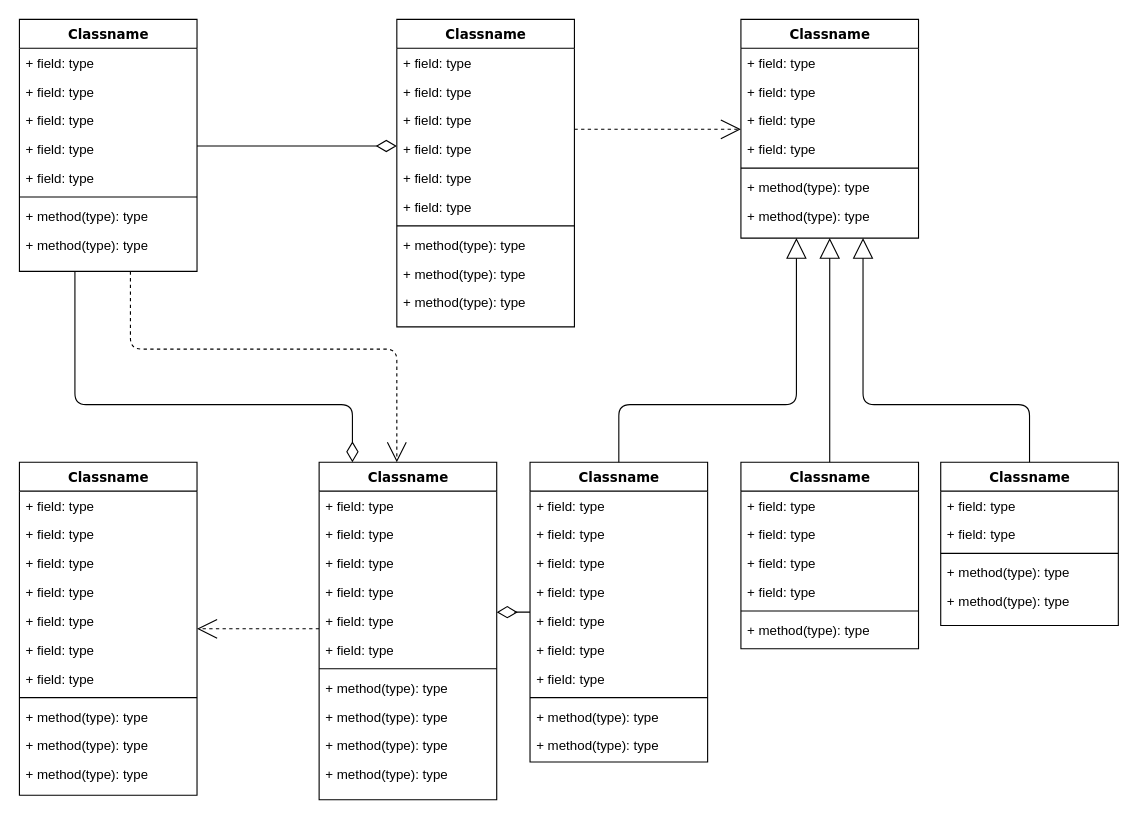
The draw.io diagram Education.drawio in Thyago-Josef/innovative_education, before the edit. Source tidied: cells renumbered, new cells numbered last; positions are measured from the earlier drawing's top-left corner, leaving out a move shared by most shapes. Both pictures are drawn from the tidied source at 111%, with x=0, y=0 at pixel (19, 19).
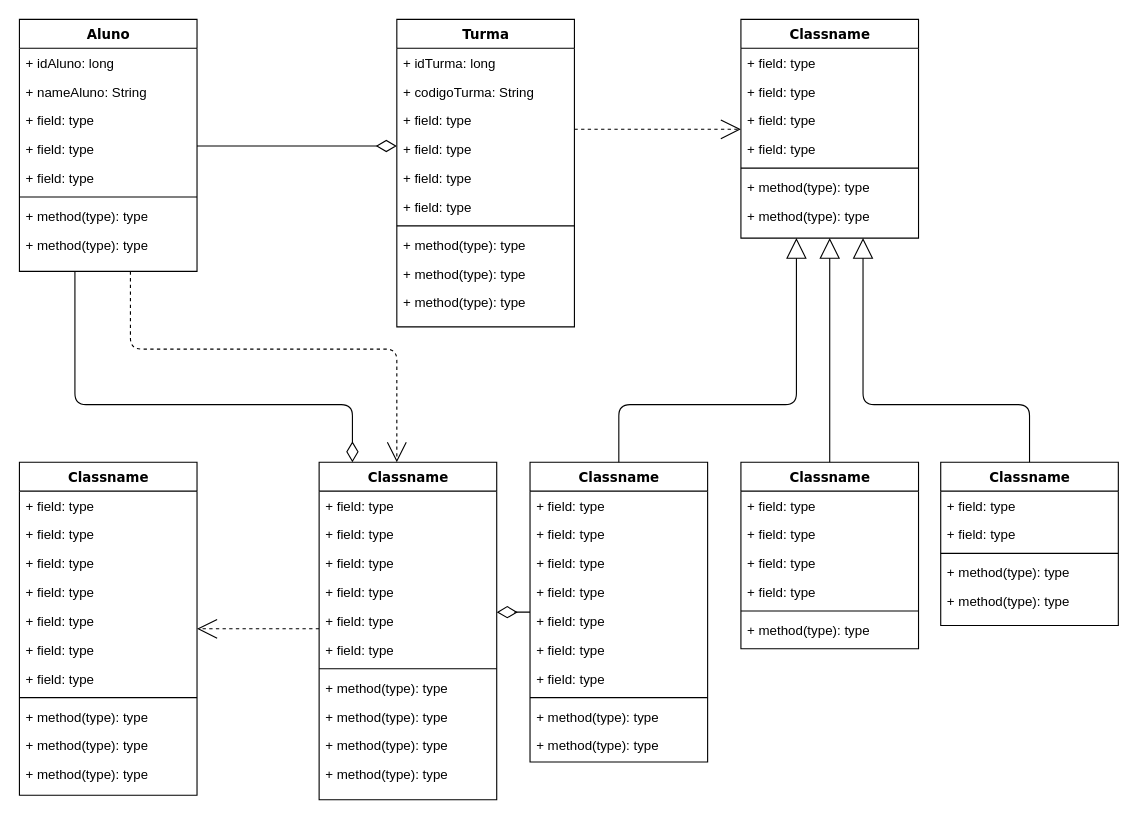
The same page after the edit.

Diff of the diagram source:
```diff
@@
-    <mxCell id="4" value="Classname" style="swimlane;html=1;fontStyle=1;align=center;verticalAlign=top;horizontal=1;startSize=26;swimlaneFillColor=#ffffff;rounded=0;shadow=0;comic=0;labelBackgroundColor=none;strokeWidth=1;fillColor=none;fontFamily=Verdana;fontSize=12;" parent="1" vertex="1">
+    <mxCell id="4" value="Aluno" style="swimlane;html=1;fontStyle=1;align=center;verticalAlign=top;horizontal=1;startSize=26;swimlaneFillColor=#ffffff;rounded=0;shadow=0;comic=0;labelBackgroundColor=none;strokeWidth=1;fillColor=none;fontFamily=Verdana;fontSize=12;" parent="1" vertex="1">
       <mxGeometry width="160" height="227" as="geometry" />
     </mxCell>
-    <mxCell id="5" value="+ field: type" style="text;html=1;strokeColor=none;fillColor=none;align=left;verticalAlign=top;spacingLeft=4;spacingRight=4;whiteSpace=wrap;overflow=hidden;" parent="4" vertex="1">
+    <mxCell id="5" value="+ idAluno: long" style="text;html=1;strokeColor=none;fillColor=none;align=left;verticalAlign=top;spacingLeft=4;spacingRight=4;whiteSpace=wrap;overflow=hidden;" parent="4" vertex="1">
       <mxGeometry y="26" width="160" height="26" as="geometry" />
     </mxCell>
-    <mxCell id="6" value="+ field: type" style="text;html=1;strokeColor=none;fillColor=none;align=left;verticalAlign=top;spacingLeft=4;spacingRight=4;whiteSpace=wrap;overflow=hidden;" parent="4" vertex="1">
+    <mxCell id="6" value="+ nameAluno: String" style="text;html=1;strokeColor=none;fillColor=none;align=left;verticalAlign=top;spacingLeft=4;spacingRight=4;whiteSpace=wrap;overflow=hidden;" parent="4" vertex="1">
       <mxGeometry y="52" width="160" height="26" as="geometry" />
     </mxCell>
@@
-    <mxCell id="14" value="Classname" style="swimlane;html=1;fontStyle=1;align=center;verticalAlign=top;horizontal=1;startSize=26;swimlaneFillColor=#ffffff;rounded=0;shadow=0;comic=0;labelBackgroundColor=none;strokeWidth=1;fillColor=none;fontFamily=Verdana;fontSize=12;" parent="1" vertex="1">
+    <mxCell id="14" value="Turma" style="swimlane;html=1;fontStyle=1;align=center;verticalAlign=top;horizontal=1;startSize=26;swimlaneFillColor=#ffffff;rounded=0;shadow=0;comic=0;labelBackgroundColor=none;strokeWidth=1;fillColor=none;fontFamily=Verdana;fontSize=12;" parent="1" vertex="1">
       <mxGeometry x="340" width="160" height="277" as="geometry" />
     </mxCell>
-    <mxCell id="15" value="+ field: type" style="text;html=1;strokeColor=none;fillColor=none;align=left;verticalAlign=top;spacingLeft=4;spacingRight=4;whiteSpace=wrap;overflow=hidden;" parent="14" vertex="1">
+    <mxCell id="15" value="+ idTurma: long" style="text;html=1;strokeColor=none;fillColor=none;align=left;verticalAlign=top;spacingLeft=4;spacingRight=4;whiteSpace=wrap;overflow=hidden;" parent="14" vertex="1">
       <mxGeometry y="26" width="160" height="26" as="geometry" />
     </mxCell>
-    <mxCell id="16" value="+ field: type" style="text;html=1;strokeColor=none;fillColor=none;align=left;verticalAlign=top;spacingLeft=4;spacingRight=4;whiteSpace=wrap;overflow=hidden;" parent="14" vertex="1">
+    <mxCell id="16" value="+ codigoTurma: String" style="text;html=1;strokeColor=none;fillColor=none;align=left;verticalAlign=top;spacingLeft=4;spacingRight=4;whiteSpace=wrap;overflow=hidden;" parent="14" vertex="1">
       <mxGeometry y="52" width="160" height="26" as="geometry" />
     </mxCell>
```
